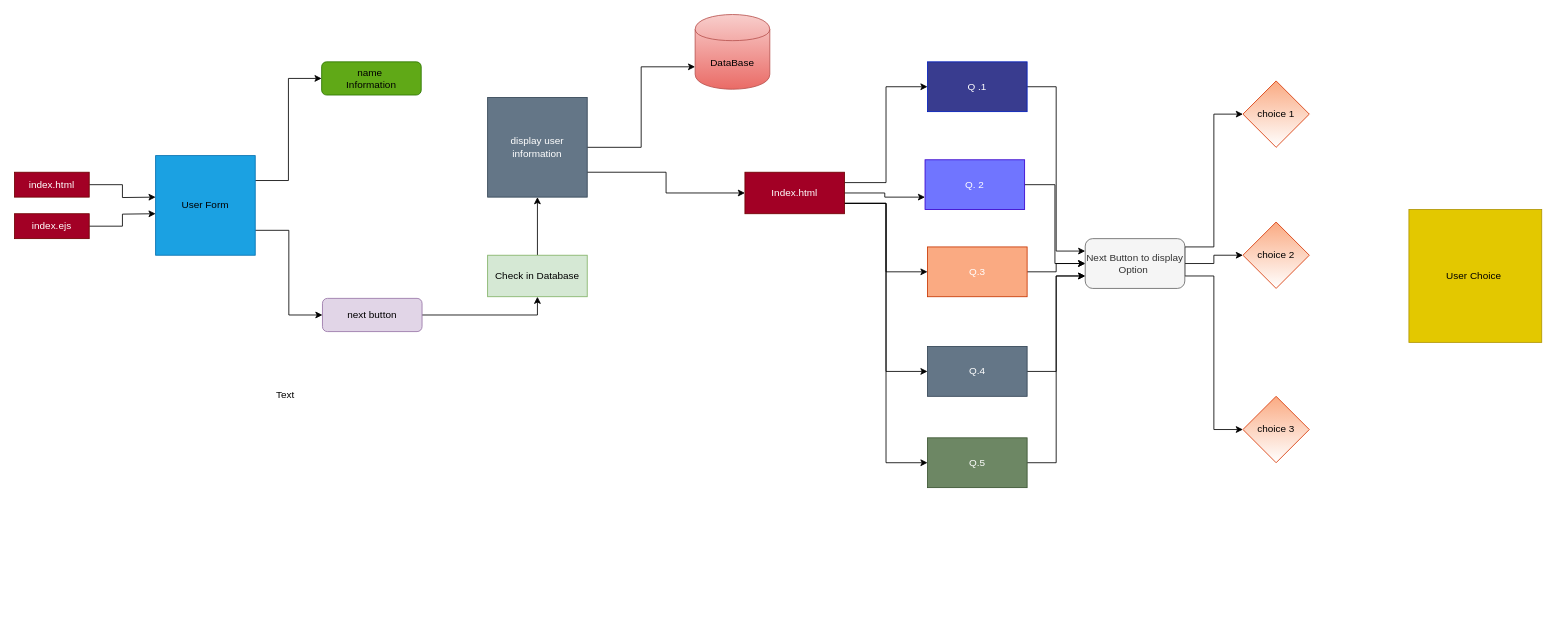
The draw.io diagram Untitled Diagram.drawio in Team-2TMK/selfu, before the edit. Source tidied: cells renumbered, new cells numbered last; positions are measured from the earlier drawing's top-left corner, leaving out a move shared by most shapes. Both pictures are drawn from the tidied source at 83%, with x=0, y=0 at pixel (14, 14).
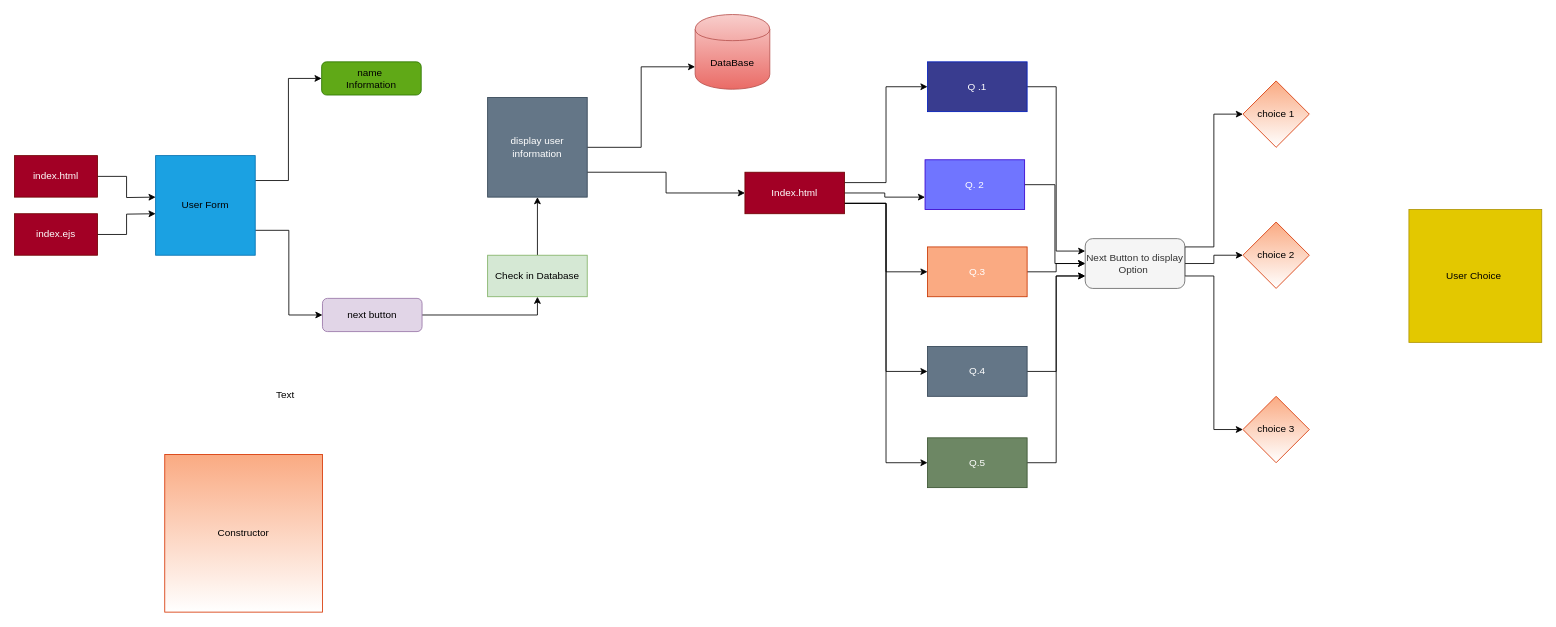
The same diagram, later.

What changed in the source:
```diff
@@
     <mxCell id="3" value="index.html" style="rounded=0;whiteSpace=wrap;html=1;fillColor=#a20025;strokeColor=#6F0000;fontColor=#ffffff;" parent="1" vertex="1">
-      <mxGeometry y="190" width="90" height="30" as="geometry" />
+      <mxGeometry y="170" width="100" height="50" as="geometry" />
     </mxCell>
@@
     <mxCell id="5" value="index.ejs" style="rounded=0;whiteSpace=wrap;html=1;strokeColor=#6F0000;fillColor=#a20025;fontColor=#ffffff;" parent="1" vertex="1">
-      <mxGeometry y="240" width="90" height="30" as="geometry" />
+      <mxGeometry y="240" width="100" height="50" as="geometry" />
     </mxCell>
@@
+    <mxCell id="43" value="&lt;font color=&quot;#000000&quot;&gt;Constructor&lt;/font&gt;" style="whiteSpace=wrap;html=1;strokeColor=#D73402;fillColor=#FAAA82;gradientColor=#ffffff;" parent="1" vertex="1">
+      <mxGeometry x="181" y="530" width="190" height="190" as="geometry" />
+    </mxCell>
```
